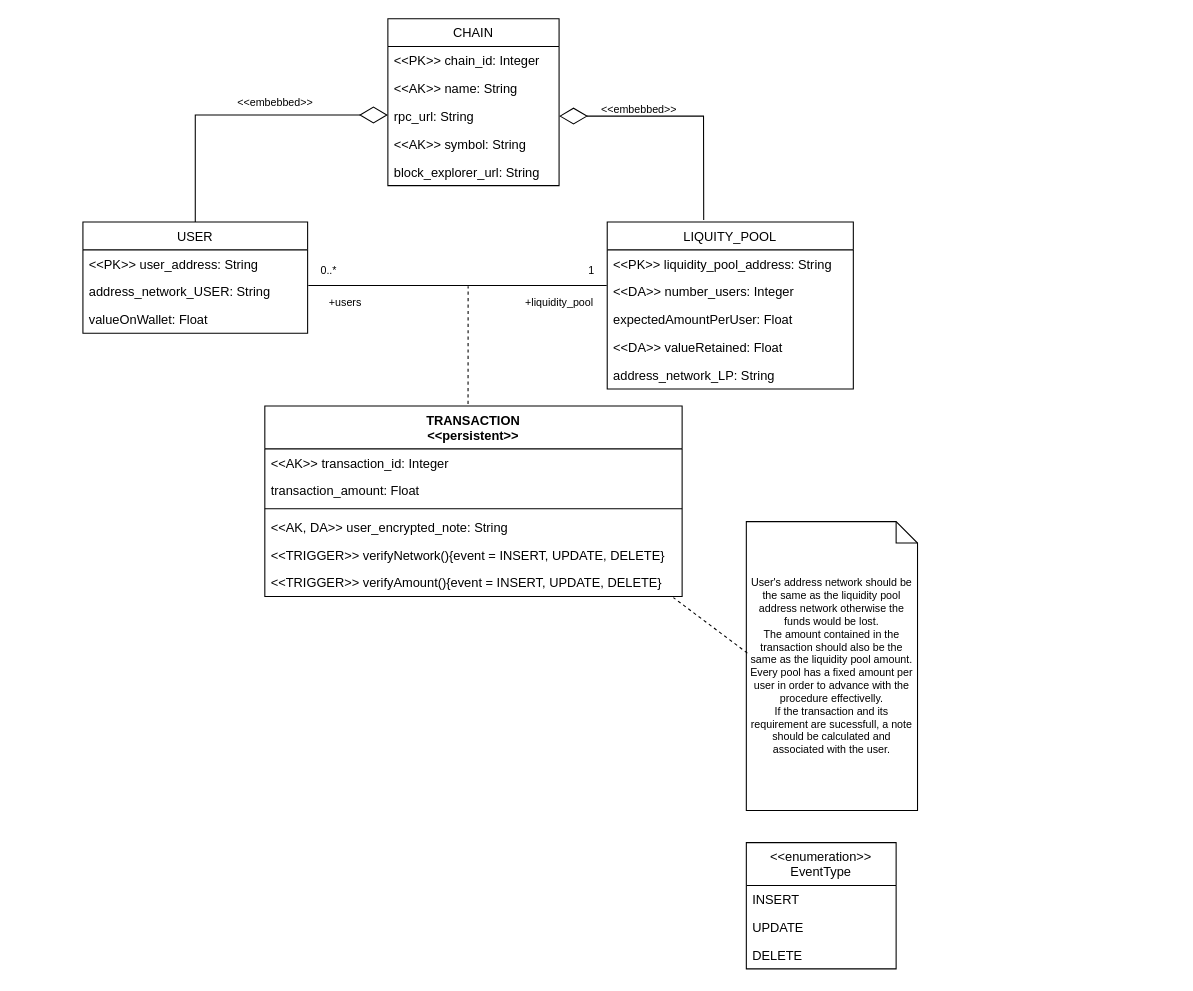
jcbraz/tornado-cash-db keeps this draw.io diagram as docs/TornadoCashUML.drawio. Above is the earlier version. Source tidied: cells renumbered, new cells numbered last; positions are measured from the earlier drawing's top-left corner, leaving out a move shared by most shapes. Both pictures are drawn from the tidied source at 107%, with x=0, y=0 at pixel (82, 18).
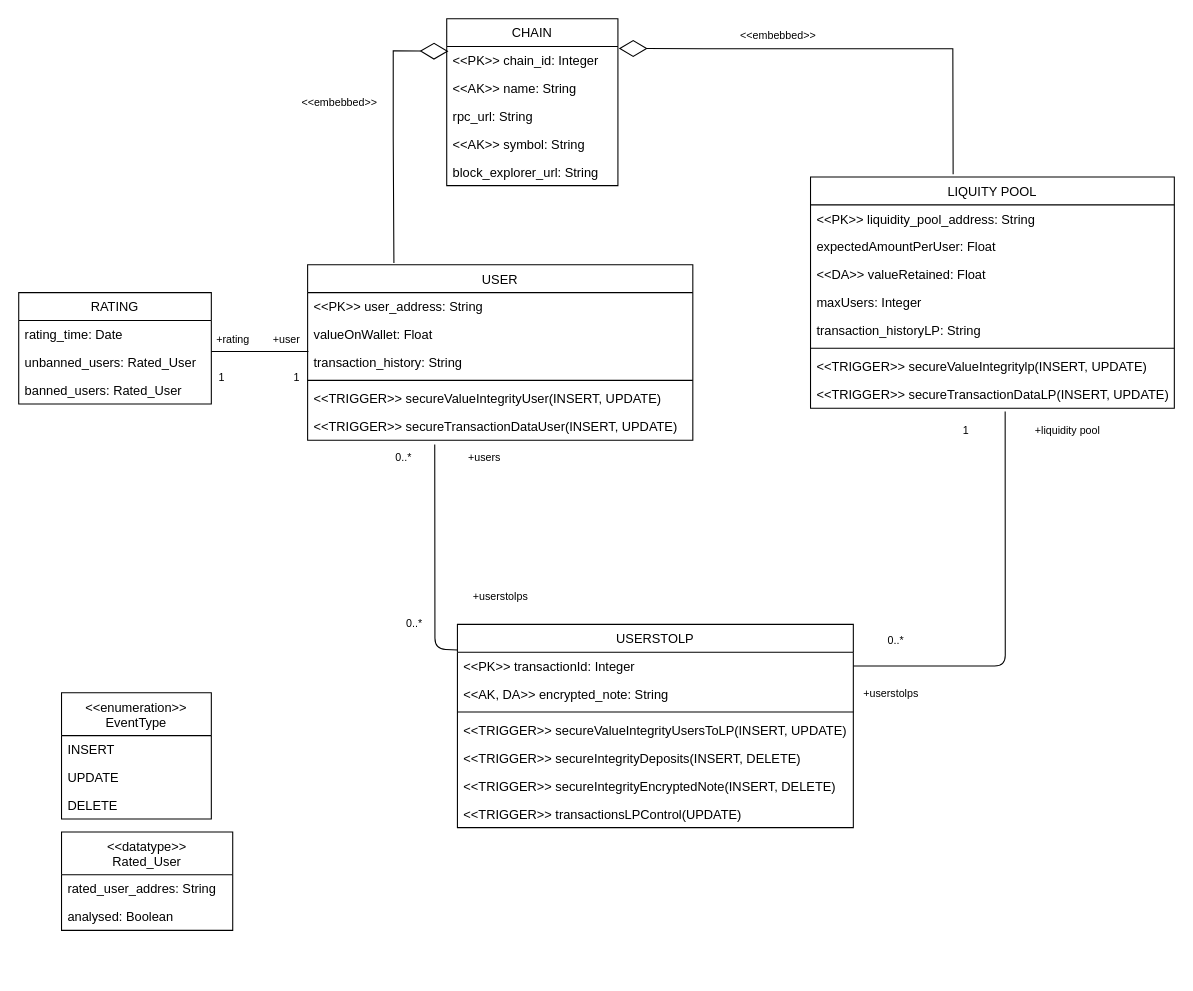
The same diagram, later.

Unchanged cells that the change refers to:
```xml
<mxCell id="3" value="&lt;&lt;PK&gt;&gt; chain_id: Integer" style="text;strokeColor=none;fillColor=none;align=left;verticalAlign=top;spacingLeft=4;spacingRight=4;overflow=hidden;points=[[0,0.5],[1,0.5]];portConstraint=eastwest;" parent="2" vertex="1">
  <mxGeometry y="26" width="160" height="26" as="geometry" />
</mxCell>
<mxCell id="5" value="rpc_url: String" style="text;strokeColor=none;fillColor=none;align=left;verticalAlign=top;spacingLeft=4;spacingRight=4;overflow=hidden;points=[[0,0.5],[1,0.5]];portConstraint=eastwest;" parent="2" vertex="1">
  <mxGeometry y="78" width="160" height="26" as="geometry" />
</mxCell>
```

Diff of the diagram source:
```diff
@@
     <mxCell id="2" value="CHAIN" style="swimlane;fontStyle=0;horizontal=1;startSize=26;fillColor=none;" parent="1" vertex="1">
-      <mxGeometry x="285" width="160" height="156" as="geometry" />
+      <mxGeometry x="340" width="160" height="156" as="geometry" />
     </mxCell>
@@
     <mxCell id="8" value="USER" style="swimlane;fontStyle=0;horizontal=1;startSize=26;fillColor=none;" parent="1" vertex="1">
-      <mxGeometry y="190" width="210" height="104" as="geometry" />
+      <mxGeometry x="210" y="230" width="360" height="164" as="geometry" />
     </mxCell>
     <mxCell id="9" value="&lt;&lt;PK&gt;&gt; user_address: String" style="text;strokeColor=none;fillColor=none;align=left;verticalAlign=top;spacingLeft=4;spacingRight=4;overflow=hidden;" parent="8" vertex="1">
-      <mxGeometry y="26" width="210" height="26" as="geometry" />
+      <mxGeometry y="26" width="360" height="26" as="geometry" />
     </mxCell>
-    <mxCell id="10" value="address_network_USER: String" style="text;strokeColor=none;fillColor=none;align=left;verticalAlign=top;spacingLeft=4;spacingRight=4;overflow=hidden;points=[[0,0.5],[1,0.5]];portConstraint=eastwest;" parent="8" vertex="1">
-      <mxGeometry y="52" width="210" height="26" as="geometry" />
+    <mxCell id="10" value="valueOnWallet: Float" style="text;strokeColor=none;fillColor=none;align=left;verticalAlign=top;spacingLeft=4;spacingRight=4;overflow=hidden;points=[[0,0.5],[1,0.5]];portConstraint=eastwest;" parent="8" vertex="1">
+      <mxGeometry y="52" width="360" height="26" as="geometry" />
     </mxCell>
-    <mxCell id="11" value="valueOnWallet: Float" style="text;strokeColor=none;fillColor=none;align=left;verticalAlign=top;spacingLeft=4;spacingRight=4;overflow=hidden;points=[[0,0.5],[1,0.5]];portConstraint=eastwest;" parent="8" vertex="1">
-      <mxGeometry y="78" width="210" height="26" as="geometry" />
+    <mxCell id="11" value="transaction_history: String" style="text;strokeColor=none;fillColor=none;align=left;verticalAlign=top;spacingLeft=4;spacingRight=4;overflow=hidden;points=[[0,0.5],[1,0.5]];portConstraint=eastwest;" parent="8" vertex="1">
+      <mxGeometry y="78" width="360" height="26" as="geometry" />
     </mxCell>
+    <mxCell id="41" style="line;strokeWidth=1;fillColor=none;align=left;verticalAlign=middle;spacingTop=-1;spacingLeft=3;spacingRight=3;labelPosition=right;strokeColor=inherit;" parent="8" vertex="1">
+      <mxGeometry y="104" width="360" height="8" as="geometry" />
+    </mxCell>
+    <mxCell id="42" value="&lt;&lt;TRIGGER&gt;&gt; secureValueIntegrityUser(INSERT, UPDATE)&#10;" style="text;strokeColor=none;fillColor=none;align=left;verticalAlign=top;spacingLeft=4;spacingRight=4;overflow=hidden;" parent="8" vertex="1">
+      <mxGeometry y="112" width="360" height="26" as="geometry" />
+    </mxCell>
+    <mxCell id="43" value="&lt;&lt;TRIGGER&gt;&gt; secureTransactionDataUser(INSERT, UPDATE)&#10;" style="text;strokeColor=none;fillColor=none;align=left;verticalAlign=top;spacingLeft=4;spacingRight=4;overflow=hidden;points=[[0,0.5],[1,0.5]];portConstraint=eastwest;" parent="8" vertex="1">
+      <mxGeometry y="138" width="360" height="26" as="geometry" />
+    </mxCell>
-    <mxCell id="12" value="LIQUITY_POOL" style="swimlane;fontStyle=0;horizontal=1;startSize=26;fillColor=none;" parent="1" vertex="1">
-      <mxGeometry x="490" y="190" width="230" height="156" as="geometry" />
+    <mxCell id="12" value="LIQUITY POOL" style="swimlane;fontStyle=0;horizontal=1;startSize=26;fillColor=none;" parent="1" vertex="1">
+      <mxGeometry x="680" y="148" width="340" height="216" as="geometry" />
     </mxCell>
     <mxCell id="13" value="&lt;&lt;PK&gt;&gt; liquidity_pool_address: String" style="text;strokeColor=none;fillColor=none;align=left;verticalAlign=top;spacingLeft=4;spacingRight=4;overflow=hidden;" parent="12" vertex="1">
-      <mxGeometry y="26" width="230" height="26" as="geometry" />
+      <mxGeometry y="26" width="340" height="26" as="geometry" />
     </mxCell>
-    <mxCell id="14" value="&lt;&lt;DA&gt;&gt; number_users: Integer" style="text;strokeColor=none;fillColor=none;align=left;verticalAlign=top;spacingLeft=4;spacingRight=4;overflow=hidden;points=[[0,0.5],[1,0.5]];portConstraint=eastwest;" parent="12" vertex="1">
-      <mxGeometry y="52" width="230" height="26" as="geometry" />
-    </mxCell>
     <mxCell id="15" value="expectedAmountPerUser: Float" style="text;strokeColor=none;fillColor=none;align=left;verticalAlign=top;spacingLeft=4;spacingRight=4;overflow=hidden;" parent="12" vertex="1">
-      <mxGeometry y="78" width="230" height="26" as="geometry" />
+      <mxGeometry y="52" width="340" height="26" as="geometry" />
     </mxCell>
     <mxCell id="16" value="&lt;&lt;DA&gt;&gt; valueRetained: Float" style="text;strokeColor=none;fillColor=none;align=left;verticalAlign=top;spacingLeft=4;spacingRight=4;overflow=hidden;" parent="12" vertex="1">
-      <mxGeometry y="104" width="230" height="26" as="geometry" />
+      <mxGeometry y="78" width="340" height="26" as="geometry" />
     </mxCell>
-    <mxCell id="17" value="address_network_LP: String" style="text;strokeColor=none;fillColor=none;align=left;verticalAlign=top;spacingLeft=4;spacingRight=4;overflow=hidden;" parent="12" vertex="1">
-      <mxGeometry y="130" width="230" height="26" as="geometry" />
+    <mxCell id="17" value="maxUsers: Integer" style="text;strokeColor=none;fillColor=none;align=left;verticalAlign=top;spacingLeft=4;spacingRight=4;overflow=hidden;" parent="12" vertex="1">
+      <mxGeometry y="104" width="340" height="26" as="geometry" />
     </mxCell>
-    <mxCell id="18" value="TRANSACTION&#10;&lt;&lt;persistent&gt;&gt;" style="swimlane;fontStyle=1;align=center;verticalAlign=top;horizontal=1;startSize=40;" parent="1" vertex="1">
-      <mxGeometry x="170" y="362" width="390" height="178" as="geometry" />
-    </mxCell>
-    <mxCell id="19" value="&lt;&lt;AK&gt;&gt; transaction_id: Integer" style="text;strokeColor=none;fillColor=none;align=left;verticalAlign=top;spacingLeft=4;spacingRight=4;overflow=hidden;" parent="18" vertex="1">
-      <mxGeometry y="40" width="390" height="26" as="geometry" />
-    </mxCell>
-    <mxCell id="20" value="transaction_amount: Float" style="text;strokeColor=none;fillColor=none;align=left;verticalAlign=top;spacingLeft=4;spacingRight=4;overflow=hidden;" parent="18" vertex="1">
-      <mxGeometry y="66" width="390" height="26" as="geometry" />
-    </mxCell>
-    <mxCell id="21" style="line;strokeWidth=1;fillColor=none;align=left;verticalAlign=middle;spacingTop=-1;spacingLeft=3;spacingRight=3;labelPosition=right;strokeColor=inherit;" parent="18" vertex="1">
-      <mxGeometry y="92" width="390" height="8" as="geometry" />
-    </mxCell>
-    <mxCell id="22" value="&lt;&lt;AK, DA&gt;&gt; user_encrypted_note: String" style="text;strokeColor=none;fillColor=none;align=left;verticalAlign=top;spacingLeft=4;spacingRight=4;overflow=hidden;" parent="18" vertex="1">
-      <mxGeometry y="100" width="390" height="26" as="geometry" />
-    </mxCell>
-    <mxCell id="23" value="&lt;&lt;TRIGGER&gt;&gt; verifyNetwork(){event = INSERT, UPDATE, DELETE}" style="text;strokeColor=none;fillColor=none;align=left;verticalAlign=top;spacingLeft=4;spacingRight=4;overflow=hidden;" parent="18" vertex="1">
-      <mxGeometry y="126" width="390" height="26" as="geometry" />
-    </mxCell>
-    <mxCell id="24" value="&lt;&lt;TRIGGER&gt;&gt; verifyAmount(){event = INSERT, UPDATE, DELETE}" style="text;strokeColor=none;fillColor=none;align=left;verticalAlign=top;spacingLeft=4;spacingRight=4;overflow=hidden;points=[[0,0.5],[1,0.5]];portConstraint=eastwest;" parent="18" vertex="1">
-      <mxGeometry y="152" width="390" height="26" as="geometry" />
-    </mxCell>
+    <mxCell id="44" value="transaction_historyLP: String" style="text;strokeColor=none;fillColor=none;align=left;verticalAlign=top;spacingLeft=4;spacingRight=4;overflow=hidden;" parent="12" vertex="1">
+      <mxGeometry y="130" width="340" height="26" as="geometry" />
+    </mxCell>
+    <mxCell id="45" style="line;strokeWidth=1;fillColor=none;align=left;verticalAlign=middle;spacingTop=-1;spacingLeft=3;spacingRight=3;labelPosition=right;strokeColor=inherit;" parent="12" vertex="1">
+      <mxGeometry y="156" width="340" height="8" as="geometry" />
+    </mxCell>
+    <mxCell id="46" value="&lt;&lt;TRIGGER&gt;&gt; secureValueIntegritylp(INSERT, UPDATE)&#10;" style="text;strokeColor=none;fillColor=none;align=left;verticalAlign=top;spacingLeft=4;spacingRight=4;overflow=hidden;" parent="12" vertex="1">
+      <mxGeometry y="164" width="340" height="26" as="geometry" />
+    </mxCell>
+    <mxCell id="47" value="&lt;&lt;TRIGGER&gt;&gt; secureTransactionDataLP(INSERT, UPDATE)&#10;" style="text;strokeColor=none;fillColor=none;align=left;verticalAlign=top;spacingLeft=4;spacingRight=4;overflow=hidden;points=[[0,0.5],[1,0.5]];portConstraint=eastwest;" parent="12" vertex="1">
+      <mxGeometry y="190" width="340" height="26" as="geometry" />
+    </mxCell>
     <mxCell id="25" value="&lt;&lt;enumeration&gt;&gt;&#10;EventType" style="swimlane;fontStyle=0;horizontal=1;startSize=40;fillColor=none;" parent="1" vertex="1">
-      <mxGeometry x="620" y="770" width="140" height="118" as="geometry" />
+      <mxGeometry x="-20" y="630" width="140" height="118" as="geometry" />
     </mxCell>
@@
     <mxCell id="29" value="&amp;lt;&amp;lt;embebbed&amp;gt;&amp;gt;" style="text;html=1;strokeColor=none;fillColor=none;align=center;verticalAlign=middle;whiteSpace=wrap;rounded=0;fontSize=10;" parent="1" vertex="1">
-      <mxGeometry x="480" y="70" width="80" height="30" as="geometry" />
+      <mxGeometry x="610" width="80" height="30" as="geometry" />
     </mxCell>
     <mxCell id="30" value="&amp;lt;&amp;lt;embebbed&amp;gt;&amp;gt;" style="text;html=1;strokeColor=none;fillColor=none;align=center;verticalAlign=middle;whiteSpace=wrap;rounded=0;fontSize=10;" parent="1" vertex="1">
-      <mxGeometry x="140" y="63" width="80" height="30" as="geometry" />
+      <mxGeometry x="200" y="63" width="80" height="30" as="geometry" />
     </mxCell>
-    <mxCell id="31" value="User's address network should be the same as the liquidity pool address network otherwise the funds would be lost.&lt;br&gt;The amount contained in the transaction should also be the same as the liquidity pool amount. Every pool has a fixed amount per user in order to advance with the procedure effectivelly.&lt;br&gt;If the transaction and its requirement are sucessfull, a note should be calculated and associated with the user." style="shape=note;size=20;whiteSpace=wrap;html=1;fontSize=10;" parent="1" vertex="1">
-      <mxGeometry x="620" y="470" width="160" height="270" as="geometry" />
-    </mxCell>
-    <mxCell id="32" style="endArrow=none;html=1;rounded=0;fontSize=10;exitX=1.003;exitY=0.284;exitDx=0;exitDy=0;exitPerimeter=0;entryX=-0.002;entryY=0.284;entryDx=0;entryDy=0;entryPerimeter=0;" parent="1" edge="1" source="10" target="14">
-      <mxGeometry relative="1" as="geometry" />
-    </mxCell>
     <mxCell id="33" value="0..*" style="text;html=1;strokeColor=none;fillColor=none;align=center;verticalAlign=middle;whiteSpace=wrap;rounded=0;fontSize=10;" parent="1" vertex="1">
-      <mxGeometry x="200" y="220" width="60" height="30" as="geometry" />
+      <mxGeometry x="270" y="395" width="60" height="30" as="geometry" />
     </mxCell>
     <mxCell id="34" value="+users" style="text;html=1;align=center;verticalAlign=middle;strokeColor=none;fillColor=none;fontSize=10;" parent="1" vertex="1">
-      <mxGeometry x="220" y="250" width="50" height="30" as="geometry" />
+      <mxGeometry x="350" y="395" width="50" height="30" as="geometry" />
     </mxCell>
     <mxCell id="35" value="1" style="text;html=1;align=center;verticalAlign=middle;strokeColor=none;fillColor=none;fontSize=10;" parent="1" vertex="1">
-      <mxGeometry x="460" y="220" width="30" height="30" as="geometry" />
+      <mxGeometry x="810" y="370" width="30" height="30" as="geometry" />
     </mxCell>
-    <mxCell id="36" value="+liquidity_pool" style="text;html=1;align=center;verticalAlign=middle;strokeColor=none;fillColor=none;fontSize=10;" parent="1" vertex="1">
-      <mxGeometry x="400" y="250" width="90" height="30" as="geometry" />
+    <mxCell id="36" value="+liquidity pool" style="text;html=1;align=center;verticalAlign=middle;strokeColor=none;fillColor=none;fontSize=10;" parent="1" vertex="1">
+      <mxGeometry x="880" y="375" width="80" height="20" as="geometry" />
     </mxCell>
-    <mxCell id="37" style="endArrow=none;dashed=1;html=1;rounded=0;fontSize=10;exitX=0.487;exitY=-0.011;exitDx=0;exitDy=0;exitPerimeter=0;" parent="1" edge="1" source="18">
-      <mxGeometry relative="1" as="geometry">
-        <mxPoint x="360" y="250" as="targetPoint" />
-      </mxGeometry>
-    </mxCell>
-    <mxCell id="38" style="endArrow=none;dashed=1;html=1;rounded=0;fontSize=10;entryX=0.979;entryY=1.038;entryDx=0;entryDy=0;entryPerimeter=0;exitX=0.006;exitY=0.455;exitDx=0;exitDy=0;exitPerimeter=0;" parent="1" edge="1" source="31" target="24">
-      <mxGeometry relative="1" as="geometry" />
-    </mxCell>
-    <mxCell id="39" style="endArrow=diamondThin;endFill=0;endSize=24;html=1;rounded=0;exitX=0.5;exitY=0;exitDx=0;exitDy=0;" parent="1" edge="1" source="8">
+    <mxCell id="39" style="endArrow=diamondThin;endFill=0;endSize=24;html=1;rounded=0;exitX=0.224;exitY=-0.011;exitDx=0;exitDy=0;entryX=0.01;entryY=0.17;entryDx=0;entryDy=0;entryPerimeter=0;exitPerimeter=0;" parent="1" edge="1" source="8" target="3">
       <mxGeometry relative="1" as="geometry">
-        <mxPoint x="285" y="90" as="targetPoint" />
         <Array as="points">
-          <mxPoint x="105" y="90" />
+          <mxPoint x="290" y="110" />
+          <mxPoint x="290" y="30" />
         </Array>
       </mxGeometry>
     </mxCell>
-    <mxCell id="40" style="endArrow=diamondThin;endFill=0;endSize=24;html=1;rounded=0;exitX=0.392;exitY=-0.012;exitDx=0;exitDy=0;exitPerimeter=0;entryX=1;entryY=0.5;entryDx=0;entryDy=0;" parent="1" edge="1" source="12" target="5">
+    <mxCell id="40" style="endArrow=diamondThin;endFill=0;endSize=24;html=1;rounded=0;exitX=0.392;exitY=-0.012;exitDx=0;exitDy=0;exitPerimeter=0;entryX=1.005;entryY=0.07;entryDx=0;entryDy=0;entryPerimeter=0;" parent="1" edge="1" source="12" target="3">
       <mxGeometry relative="1" as="geometry">
         <Array as="points">
-          <mxPoint x="580" y="91" />
+          <mxPoint x="813" y="28" />
+          <mxPoint x="580" y="28" />
         </Array>
       </mxGeometry>
     </mxCell>
+    <mxCell id="48" value="USERSTOLP" style="swimlane;fontStyle=0;horizontal=1;startSize=26;fillColor=none;" parent="1" vertex="1">
+      <mxGeometry x="350" y="566" width="370" height="190" as="geometry" />
+    </mxCell>
+    <mxCell id="49" value="&lt;&lt;PK&gt;&gt; transactionId: Integer" style="text;strokeColor=none;fillColor=none;align=left;verticalAlign=top;spacingLeft=4;spacingRight=4;overflow=hidden;points=[[0,0.5],[1,0.5]];portConstraint=eastwest;" parent="48" vertex="1">
+      <mxGeometry y="26" width="370" height="26" as="geometry" />
+    </mxCell>
+    <mxCell id="50" value="&lt;&lt;AK, DA&gt;&gt; encrypted_note: String" style="text;strokeColor=none;fillColor=none;align=left;verticalAlign=top;spacingLeft=4;spacingRight=4;overflow=hidden;strokeWidth=1;perimeterSpacing=1;rounded=0;" parent="48" vertex="1">
+      <mxGeometry y="52" width="370" height="26" as="geometry" />
+    </mxCell>
+    <mxCell id="51" style="line;strokeWidth=1;fillColor=none;align=left;verticalAlign=middle;spacingTop=-1;spacingLeft=3;spacingRight=3;labelPosition=right;strokeColor=inherit;" parent="48" vertex="1">
+      <mxGeometry y="78" width="370" height="8" as="geometry" />
+    </mxCell>
+    <mxCell id="52" value="&lt;&lt;TRIGGER&gt;&gt; secureValueIntegrityUsersToLP(INSERT, UPDATE)&#10;" style="text;strokeColor=none;fillColor=none;align=left;verticalAlign=top;spacingLeft=4;spacingRight=4;overflow=hidden;" parent="48" vertex="1">
+      <mxGeometry y="86" width="370" height="26" as="geometry" />
+    </mxCell>
+    <mxCell id="53" value="&lt;&lt;TRIGGER&gt;&gt; secureIntegrityDeposits(INSERT, DELETE)&#10;" style="text;strokeColor=none;fillColor=none;align=left;verticalAlign=top;spacingLeft=4;spacingRight=4;overflow=hidden;" parent="48" vertex="1">
+      <mxGeometry y="112" width="370" height="26" as="geometry" />
+    </mxCell>
+    <mxCell id="54" value="&lt;&lt;TRIGGER&gt;&gt; secureIntegrityEncryptedNote(INSERT, DELETE)&#10;" style="text;strokeColor=none;fillColor=none;align=left;verticalAlign=top;spacingLeft=4;spacingRight=4;overflow=hidden;" parent="48" vertex="1">
+      <mxGeometry y="138" width="370" height="26" as="geometry" />
+    </mxCell>
+    <mxCell id="55" value="&lt;&lt;TRIGGER&gt;&gt; transactionsLPControl(UPDATE)&#10;" style="text;strokeColor=none;fillColor=none;align=left;verticalAlign=top;spacingLeft=4;spacingRight=4;overflow=hidden;" parent="48" vertex="1">
+      <mxGeometry y="164" width="370" height="26" as="geometry" />
+    </mxCell>
+    <mxCell id="56" style="endArrow=none;html=1;entryX=0.33;entryY=1.147;entryDx=0;entryDy=0;exitX=0;exitY=0.126;exitDx=0;exitDy=0;exitPerimeter=0;entryPerimeter=0;" parent="1" edge="1" source="48" target="43">
+      <mxGeometry relative="1" as="geometry">
+        <Array as="points">
+          <mxPoint x="329" y="589" />
+        </Array>
+      </mxGeometry>
+    </mxCell>
+    <mxCell id="57" style="endArrow=none;html=1;entryX=1;entryY=0.5;entryDx=0;entryDy=0;exitX=0.535;exitY=1.116;exitDx=0;exitDy=0;exitPerimeter=0;" parent="1" edge="1" source="47" target="49">
+      <mxGeometry relative="1" as="geometry">
+        <Array as="points">
+          <mxPoint x="862" y="605" />
+        </Array>
+      </mxGeometry>
+    </mxCell>
+    <mxCell id="58" value="0..*" style="text;html=1;strokeColor=none;fillColor=none;align=center;verticalAlign=middle;whiteSpace=wrap;rounded=0;fontSize=10;" parent="1" vertex="1">
+      <mxGeometry x="280" y="550" width="60" height="30" as="geometry" />
+    </mxCell>
+    <mxCell id="59" value="+userstolps" style="text;html=1;align=center;verticalAlign=middle;strokeColor=none;fillColor=none;fontSize=10;" parent="1" vertex="1">
+      <mxGeometry x="355" y="530" width="70" height="20" as="geometry" />
+    </mxCell>
+    <mxCell id="60" value="0..*" style="text;html=1;strokeColor=none;fillColor=none;align=center;verticalAlign=middle;whiteSpace=wrap;rounded=0;fontSize=10;" parent="1" vertex="1">
+      <mxGeometry x="730" y="566" width="60" height="30" as="geometry" />
+    </mxCell>
+    <mxCell id="61" value="+userstolps" style="text;html=1;align=center;verticalAlign=middle;strokeColor=none;fillColor=none;fontSize=10;" parent="1" vertex="1">
+      <mxGeometry x="720" y="620" width="70" height="20" as="geometry" />
+    </mxCell>
+    <mxCell id="62" value="&lt;&lt;datatype&gt;&gt;&#10;Rated_User" style="swimlane;fontStyle=0;horizontal=1;startSize=40;fillColor=none;" parent="1" vertex="1">
+      <mxGeometry x="-20" y="760" width="160" height="92" as="geometry" />
+    </mxCell>
+    <mxCell id="63" value="rated_user_addres: String" style="text;strokeColor=none;fillColor=none;align=left;verticalAlign=top;spacingLeft=4;spacingRight=4;overflow=hidden;" parent="62" vertex="1">
+      <mxGeometry y="40" width="160" height="26" as="geometry" />
+    </mxCell>
+    <mxCell id="64" value="analysed: Boolean" style="text;strokeColor=none;fillColor=none;align=left;verticalAlign=top;spacingLeft=4;spacingRight=4;overflow=hidden;" parent="62" vertex="1">
+      <mxGeometry y="66" width="160" height="26" as="geometry" />
+    </mxCell>
+    <mxCell id="65" value="RATING" style="swimlane;fontStyle=0;horizontal=1;startSize=26;fillColor=none;" parent="1" vertex="1">
+      <mxGeometry x="-60" y="256" width="180" height="104" as="geometry" />
+    </mxCell>
+    <mxCell id="66" value="rating_time: Date" style="text;strokeColor=none;fillColor=none;align=left;verticalAlign=top;spacingLeft=4;spacingRight=4;overflow=hidden;" parent="65" vertex="1">
+      <mxGeometry y="26" width="180" height="26" as="geometry" />
+    </mxCell>
+    <mxCell id="67" value="unbanned_users: Rated_User" style="text;strokeColor=none;fillColor=none;align=left;verticalAlign=top;spacingLeft=4;spacingRight=4;overflow=hidden;" parent="65" vertex="1">
+      <mxGeometry y="52" width="180" height="26" as="geometry" />
+    </mxCell>
+    <mxCell id="68" value="banned_users: Rated_User" style="text;strokeColor=none;fillColor=none;align=left;verticalAlign=top;spacingLeft=4;spacingRight=4;overflow=hidden;" parent="65" vertex="1">
+      <mxGeometry y="78" width="180" height="26" as="geometry" />
+    </mxCell>
+    <mxCell id="69" style="endArrow=none;html=1;exitX=0.002;exitY=0.114;exitDx=0;exitDy=0;exitPerimeter=0;" parent="1" edge="1" source="11">
+      <mxGeometry relative="1" as="geometry">
+        <mxPoint x="120" y="311" as="targetPoint" />
+      </mxGeometry>
+    </mxCell>
+    <mxCell id="70" value="1" style="text;html=1;strokeColor=none;fillColor=none;align=center;verticalAlign=middle;whiteSpace=wrap;rounded=0;fontSize=10;" parent="1" vertex="1">
+      <mxGeometry x="100" y="320" width="60" height="30" as="geometry" />
+    </mxCell>
+    <mxCell id="71" value="1" style="text;html=1;strokeColor=none;fillColor=none;align=center;verticalAlign=middle;whiteSpace=wrap;rounded=0;fontSize=10;" parent="1" vertex="1">
+      <mxGeometry x="170" y="320" width="60" height="30" as="geometry" />
+    </mxCell>
+    <mxCell id="72" value="+user" style="text;html=1;align=center;verticalAlign=middle;strokeColor=none;fillColor=none;fontSize=10;" parent="1" vertex="1">
+      <mxGeometry x="170" y="290" width="40" height="20" as="geometry" />
+    </mxCell>
+    <mxCell id="73" value="+rating" style="text;html=1;align=center;verticalAlign=middle;strokeColor=none;fillColor=none;fontSize=10;" parent="1" vertex="1">
+      <mxGeometry x="115" y="290" width="50" height="20" as="geometry" />
+    </mxCell>
```
